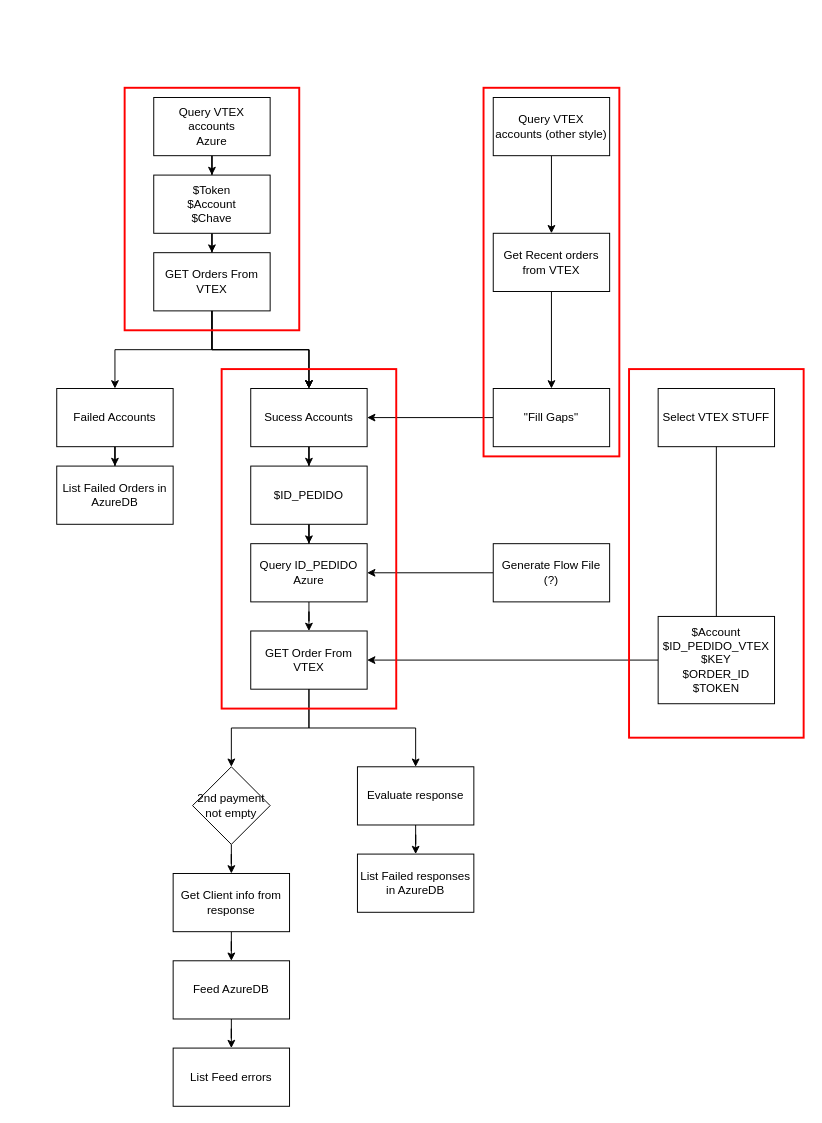
This is diagrama.drawio from LuccioLee-selia/Projeto_NiFi_vTex_getNewOrders, a draw.io file, before an edit. Source tidied: cells renumbered, new cells numbered last; positions are measured from the earlier drawing's top-left corner, leaving out a move shared by most shapes. Both pictures are drawn from the tidied source at 97%, with x=0, y=0 at pixel (56, 87).
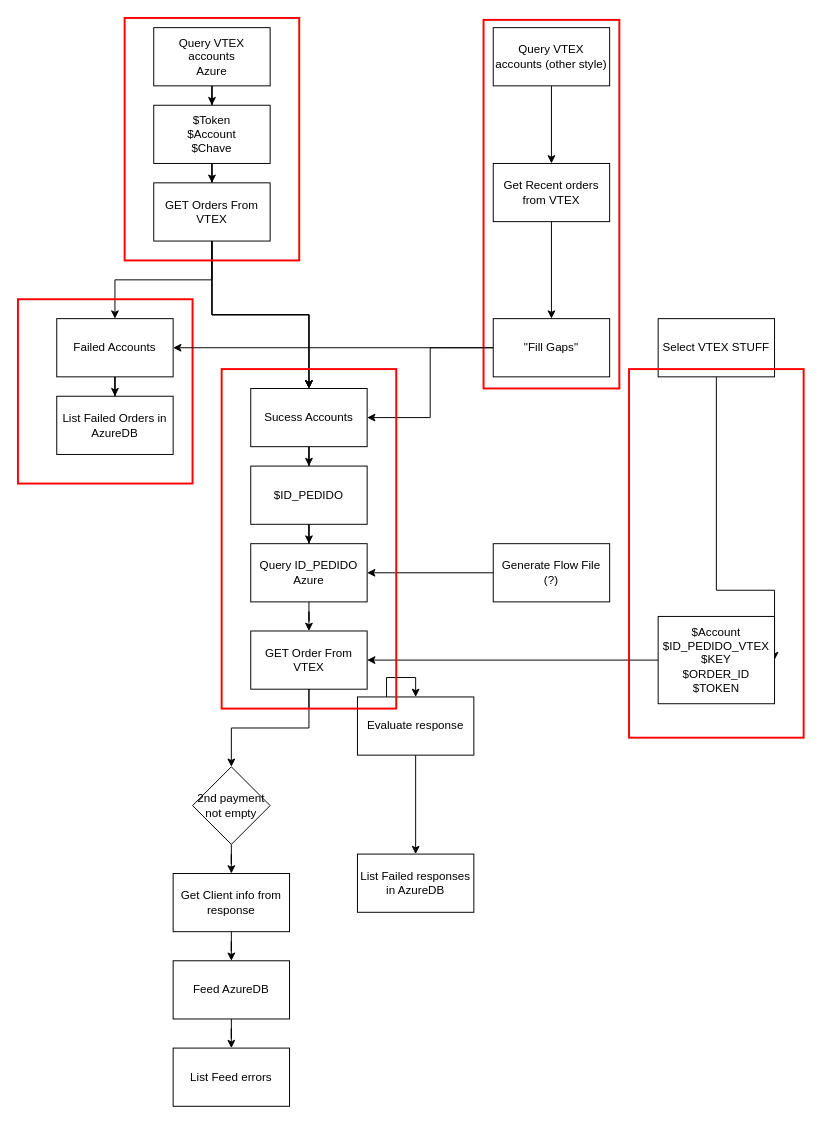
The same page after the edit.

Unchanged cells that the change refers to:
```xml
<mxCell id="34" value="$Account&lt;br&gt;$ID_PEDIDO_VTEX&lt;br&gt;$KEY&lt;br&gt;$ORDER_ID&lt;br&gt;$TOKEN" style="rounded=0;whiteSpace=wrap;html=1;" parent="1" vertex="1">
  <mxGeometry x="620" y="545" width="120" height="90" as="geometry" />
</mxCell>
```

The edit, as a diff of the source:
```diff
@@
     <mxCell id="3" value="Query VTEX accounts&lt;br&gt;Azure" style="rounded=0;whiteSpace=wrap;html=1;" parent="1" vertex="1">
-      <mxGeometry x="100" y="10" width="120" height="60" as="geometry" />
+      <mxGeometry x="100" y="-62" width="120" height="60" as="geometry" />
     </mxCell>
@@
     <mxCell id="5" value="$Token&lt;br&gt;$Account&lt;br&gt;$Chave" style="rounded=0;whiteSpace=wrap;html=1;" parent="1" vertex="1">
-      <mxGeometry x="100" y="90" width="120" height="60" as="geometry" />
+      <mxGeometry x="100" y="18" width="120" height="60" as="geometry" />
     </mxCell>
@@
     <mxCell id="9" value="GET Orders From VTEX" style="rounded=0;whiteSpace=wrap;html=1;" parent="1" vertex="1">
-      <mxGeometry x="100" y="170" width="120" height="60" as="geometry" />
+      <mxGeometry x="100" y="98" width="120" height="60" as="geometry" />
     </mxCell>
@@
     <mxCell id="14" value="Failed Accounts" style="rounded=0;whiteSpace=wrap;html=1;" parent="1" vertex="1">
-      <mxGeometry y="310" width="120" height="60" as="geometry" />
+      <mxGeometry y="238" width="120" height="60" as="geometry" />
     </mxCell>
@@
     <mxCell id="16" value="List Failed Orders in AzureDB" style="rounded=0;whiteSpace=wrap;html=1;" parent="1" vertex="1">
-      <mxGeometry y="390" width="120" height="60" as="geometry" />
+      <mxGeometry y="318" width="120" height="60" as="geometry" />
     </mxCell>
@@
     <mxCell id="18" value="Query VTEX accounts (other style)" style="rounded=0;whiteSpace=wrap;html=1;" parent="1" vertex="1">
-      <mxGeometry x="450" y="10" width="120" height="60" as="geometry" />
+      <mxGeometry x="450" y="-62" width="120" height="60" as="geometry" />
     </mxCell>
@@
     <mxCell id="20" value="Get Recent orders from VTEX" style="rounded=0;whiteSpace=wrap;html=1;" parent="1" vertex="1">
-      <mxGeometry x="450" y="150" width="120" height="60" as="geometry" />
+      <mxGeometry x="450" y="78" width="120" height="60" as="geometry" />
     </mxCell>
@@
     <mxCell id="22" value="&quot;Fill Gaps&quot;" style="whiteSpace=wrap;html=1;rounded=0;" parent="1" vertex="1">
-      <mxGeometry x="450" y="310" width="120" height="60" as="geometry" />
+      <mxGeometry x="450" y="238" width="120" height="60" as="geometry" />
     </mxCell>
@@
     <mxCell id="32" value="Select VTEX STUFF" style="rounded=0;whiteSpace=wrap;html=1;" parent="1" vertex="1">
-      <mxGeometry x="620" y="310" width="120" height="60" as="geometry" />
+      <mxGeometry x="620" y="238" width="120" height="60" as="geometry" />
     </mxCell>
     <mxCell id="33" style="edgeStyle=orthogonalEdgeStyle;rounded=0;jettySize=auto;html=1;entryX=1;entryY=0.5;entryDx=0;entryDy=0;" parent="1" edge="1" source="32" target="34">
       <mxGeometry relative="1" as="geometry">
         <Array as="points">
-          <mxPoint x="680" y="590" />
+          <mxPoint x="680" y="518" />
         </Array>
       </mxGeometry>
     </mxCell>
@@
     <mxCell id="36" value="Evaluate response" style="rounded=0;whiteSpace=wrap;html=1;" parent="1" vertex="1">
-      <mxGeometry x="310" y="700" width="120" height="60" as="geometry" />
+      <mxGeometry x="310" y="628" width="120" height="60" as="geometry" />
     </mxCell>
@@
     <mxCell id="46" style="rounded=0;whiteSpace=wrap;html=1;fillColor=none;strokeColor=#ff0000;strokeWidth=2;" parent="1" vertex="1">
-      <mxGeometry x="70" width="180" height="250" as="geometry" />
+      <mxGeometry x="70" y="-72" width="180" height="250" as="geometry" />
     </mxCell>
@@
+    <mxCell id="49" style="rounded=0;whiteSpace=wrap;html=1;fillColor=none;strokeColor=#ff0000;strokeWidth=2;" parent="1" vertex="1">
+      <mxGeometry x="440" y="-70" width="140" height="380" as="geometry" />
+    </mxCell>
@@
-    <mxCell id="49" style="rounded=0;whiteSpace=wrap;html=1;fillColor=none;strokeColor=#ff0000;strokeWidth=2;" parent="1" vertex="1">
-      <mxGeometry x="440" width="140" height="380" as="geometry" />
-    </mxCell>
+    <mxCell id="50" style="rounded=0;whiteSpace=wrap;html=1;fillColor=none;strokeColor=#ff0000;strokeWidth=2;" parent="1" vertex="1">
+      <mxGeometry x="-40" y="218" width="180" height="190" as="geometry" />
+    </mxCell>
+    <mxCell id="51" style="edgeStyle=orthogonalEdgeStyle;rounded=0;jettySize=auto;html=1;exitX=0;exitY=0.5;exitDx=0;exitDy=0;entryX=1;entryY=0.5;entryDx=0;entryDy=0;" parent="1" edge="1" source="22" target="14">
+      <mxGeometry relative="1" as="geometry">
+        <Array as="points">
+          <mxPoint x="400" y="268" />
+          <mxPoint x="400" y="268" />
+        </Array>
+      </mxGeometry>
+    </mxCell>
```
